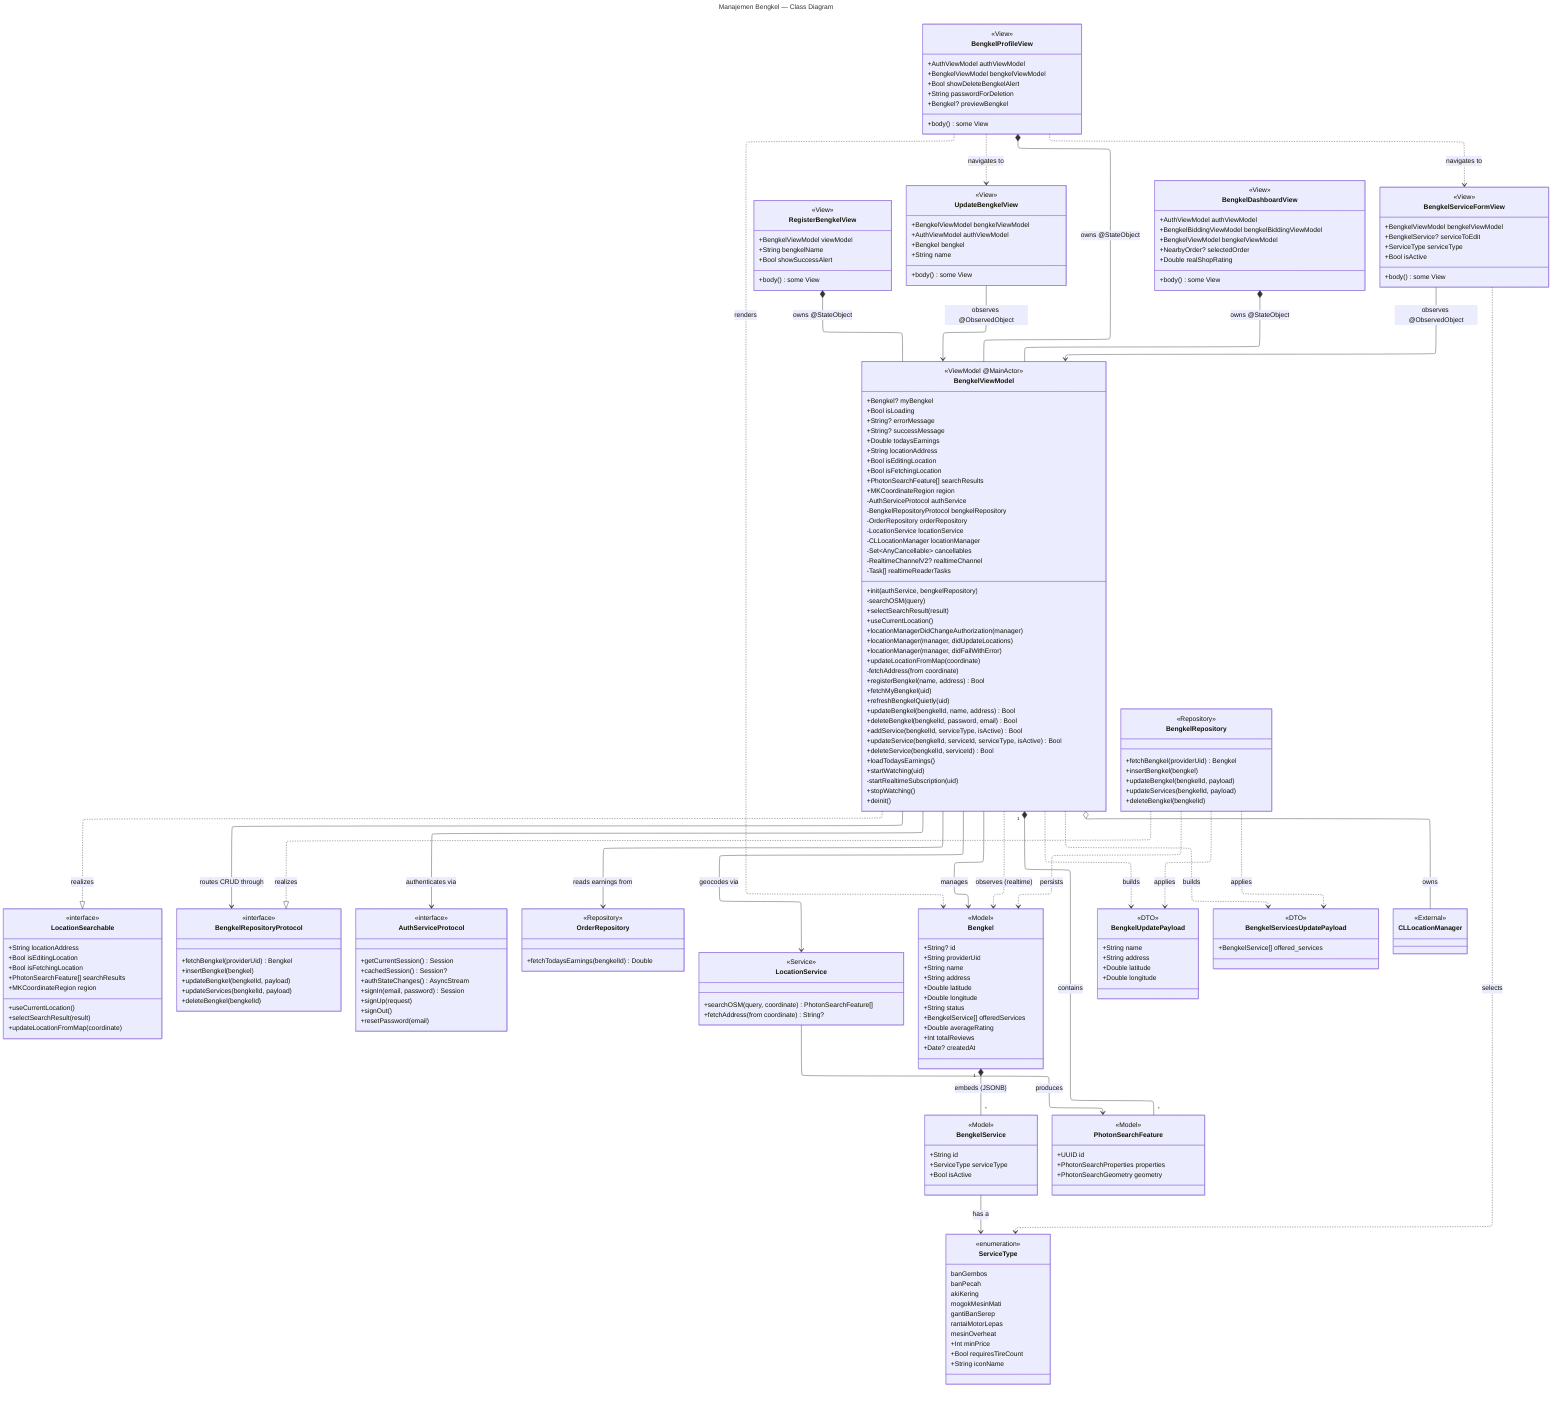
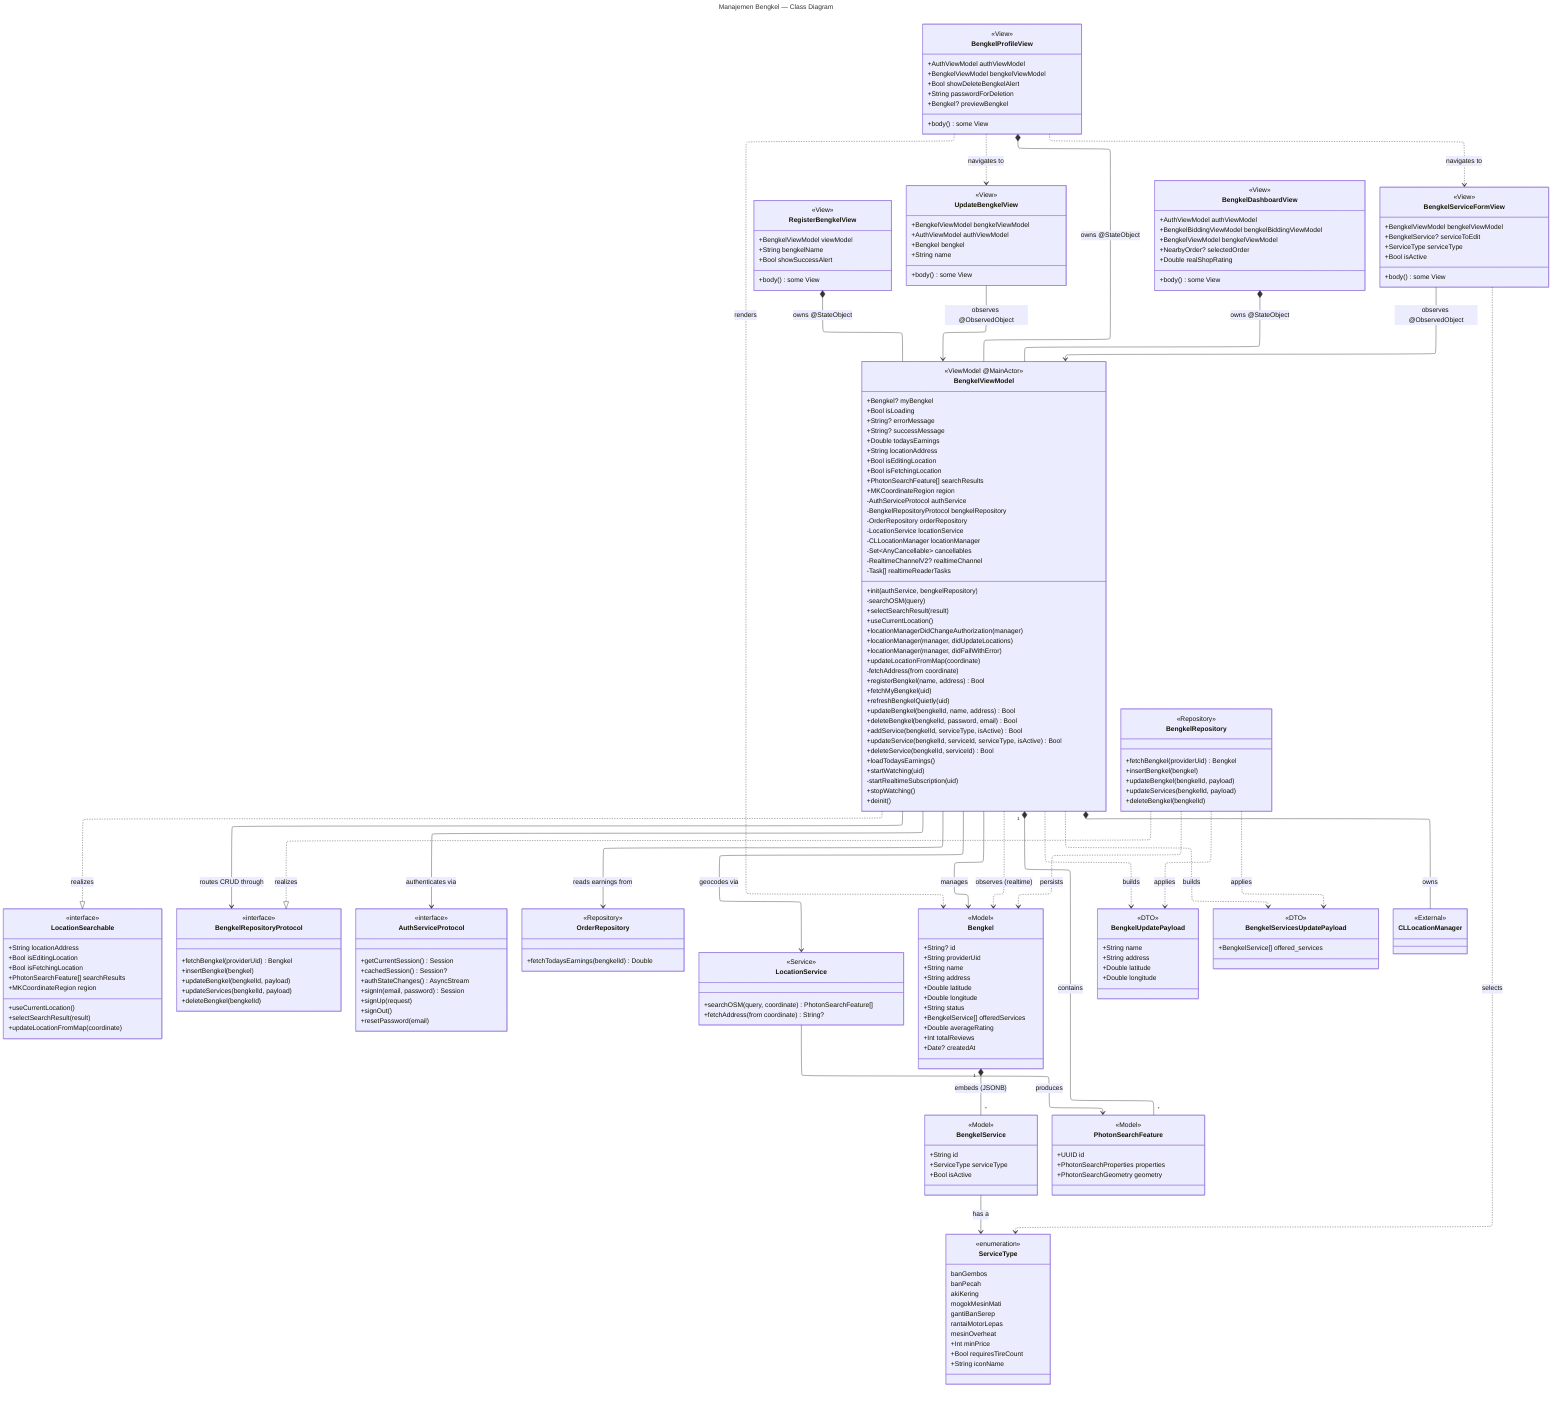
---
title: Manajemen Bengkel — Class Diagram
config:
  layout: elk
  elk:
    nodePlacementStrategy: NETWORK_SIMPLEX
    mergeEdges: false
---
classDiagram
    direction TB

    class BengkelViewModel {
        <<ViewModel @MainActor>>
        +Bengkel? myBengkel
        +Bool isLoading
        +String? errorMessage
        +String? successMessage
        +Double todaysEarnings
        +String locationAddress
        +Bool isEditingLocation
        +Bool isFetchingLocation
        +PhotonSearchFeature[] searchResults
        +MKCoordinateRegion region
        -AuthServiceProtocol authService
        -BengkelRepositoryProtocol bengkelRepository
        -OrderRepository orderRepository
        -LocationService locationService
        -CLLocationManager locationManager
        -Set~AnyCancellable~ cancellables
        -RealtimeChannelV2? realtimeChannel
        -Task[] realtimeReaderTasks
        +init(authService, bengkelRepository)
        -searchOSM(query)
        +selectSearchResult(result)
        +useCurrentLocation()
        +locationManagerDidChangeAuthorization(manager)
        +locationManager(manager, didUpdateLocations)
        +locationManager(manager, didFailWithError)
        +updateLocationFromMap(coordinate)
        -fetchAddress(from coordinate)
        +registerBengkel(name, address) Bool
        +fetchMyBengkel(uid)
        +refreshBengkelQuietly(uid)
        +updateBengkel(bengkelId, name, address) Bool
        +deleteBengkel(bengkelId, password, email) Bool
        +addService(bengkelId, serviceType, isActive) Bool
        +updateService(bengkelId, serviceId, serviceType, isActive) Bool
        +deleteService(bengkelId, serviceId) Bool
        +loadTodaysEarnings()
        +startWatching(uid)
        -startRealtimeSubscription(uid)
        +stopWatching()
        +deinit()
    }

    class LocationSearchable {
        <<interface>>
        +String locationAddress
        +Bool isEditingLocation
        +Bool isFetchingLocation
        +PhotonSearchFeature[] searchResults
        +MKCoordinateRegion region
        +useCurrentLocation()
        +selectSearchResult(result)
        +updateLocationFromMap(coordinate)
    }

    class BengkelRepositoryProtocol {
        <<interface>>
        +fetchBengkel(providerUid) Bengkel
        +insertBengkel(bengkel)
        +updateBengkel(bengkelId, payload)
        +updateServices(bengkelId, payload)
        +deleteBengkel(bengkelId)
    }

    class BengkelRepository {
        <<Repository>>
        +fetchBengkel(providerUid) Bengkel
        +insertBengkel(bengkel)
        +updateBengkel(bengkelId, payload)
        +updateServices(bengkelId, payload)
        +deleteBengkel(bengkelId)
    }

    class AuthServiceProtocol {
        <<interface>>
        +getCurrentSession() Session
        +cachedSession() Session?
        +authStateChanges() AsyncStream
        +signIn(email, password) Session
        +signUp(request)
        +signOut()
        +resetPassword(email)
    }

    class OrderRepository {
        <<Repository>>
        +fetchTodaysEarnings(bengkelId) Double
    }

    class LocationService {
        <<Service>>
        +searchOSM(query, coordinate) PhotonSearchFeature[]
        +fetchAddress(from coordinate) String?
    }

    class Bengkel {
        <<Model>>
        +String? id
        +String providerUid
        +String name
        +String address
        +Double latitude
        +Double longitude
        +String status
        +BengkelService[] offeredServices
        +Double averageRating
        +Int totalReviews
        +Date? createdAt
    }

    class BengkelService {
        <<Model>>
        +String id
        +ServiceType serviceType
        +Bool isActive
    }

    class ServiceType {
        <<enumeration>>
        banGembos
        banPecah
        akiKering
        mogokMesinMati
        gantiBanSerep
        rantaiMotorLepas
        mesinOverheat
        +Int minPrice
        +Bool requiresTireCount
        +String iconName
    }

    class BengkelUpdatePayload {
        <<DTO>>
        +String name
        +String address
        +Double latitude
        +Double longitude
    }

    class BengkelServicesUpdatePayload {
        <<DTO>>
        +BengkelService[] offered_services
    }

    class PhotonSearchFeature {
        <<Model>>
        +UUID id
        +PhotonSearchProperties properties
        +PhotonSearchGeometry geometry
    }

    class CLLocationManager {
        <<External>>
    }

    %% ---- Views ----
    class RegisterBengkelView {
        <<View>>
        +BengkelViewModel viewModel
        +String bengkelName
        +Bool showSuccessAlert
        +body() some View
    }

    class UpdateBengkelView {
        <<View>>
        +BengkelViewModel bengkelViewModel
        +AuthViewModel authViewModel
        +Bengkel bengkel
        +String name
        +body() some View
    }

    class BengkelDashboardView {
        <<View>>
        +AuthViewModel authViewModel
        +BengkelBiddingViewModel bengkelBiddingViewModel
        +BengkelViewModel bengkelViewModel
        +NearbyOrder? selectedOrder
        +Double realShopRating
        +body() some View
    }

    class BengkelProfileView {
        <<View>>
        +AuthViewModel authViewModel
        +BengkelViewModel bengkelViewModel
        +Bool showDeleteBengkelAlert
        +String passwordForDeletion
        +Bengkel? previewBengkel
        +body() some View
    }

    class BengkelServiceFormView {
        <<View>>
        +BengkelViewModel bengkelViewModel
        +BengkelService? serviceToEdit
        +ServiceType serviceType
        +Bool isActive
        +body() some View
    }

    %% ---- Realizations (conforms to) ----
    BengkelViewModel ..|> LocationSearchable : realizes
    BengkelRepository ..|> BengkelRepositoryProtocol : realizes

    %% ---- Collaboration / dependencies ----
    BengkelViewModel --> BengkelRepositoryProtocol : routes CRUD through
    BengkelViewModel --> AuthServiceProtocol : authenticates via
    BengkelViewModel --> OrderRepository : reads earnings from
    BengkelViewModel --> LocationService : geocodes via
-     BengkelViewModel o-- CLLocationManager : owns
+     BengkelViewModel *-- CLLocationManager : owns
    BengkelViewModel --> Bengkel : manages
    BengkelViewModel ..> Bengkel : observes (realtime)
    BengkelViewModel ..> BengkelUpdatePayload : builds
    BengkelViewModel ..> BengkelServicesUpdatePayload : builds
    BengkelViewModel "1" *-- "*" PhotonSearchFeature : contains

    %% ---- Data composition ----
    Bengkel "1" *-- "*" BengkelService : embeds (JSONB)
    BengkelService --> ServiceType : has a
    BengkelRepository ..> Bengkel : persists
    BengkelRepository ..> BengkelUpdatePayload : applies
    BengkelRepository ..> BengkelServicesUpdatePayload : applies
    LocationService --> PhotonSearchFeature : produces

    %% ---- View → ViewModel ----
    RegisterBengkelView *-- BengkelViewModel : owns @StateObject
    BengkelDashboardView *-- BengkelViewModel : owns @StateObject
    BengkelProfileView *-- BengkelViewModel : owns @StateObject
    UpdateBengkelView --> BengkelViewModel : observes @ObservedObject
    BengkelServiceFormView --> BengkelViewModel : observes @ObservedObject
    BengkelProfileView ..> UpdateBengkelView : navigates to
    BengkelProfileView ..> BengkelServiceFormView : navigates to
    BengkelProfileView ..> Bengkel : renders
    BengkelServiceFormView ..> ServiceType : selects
